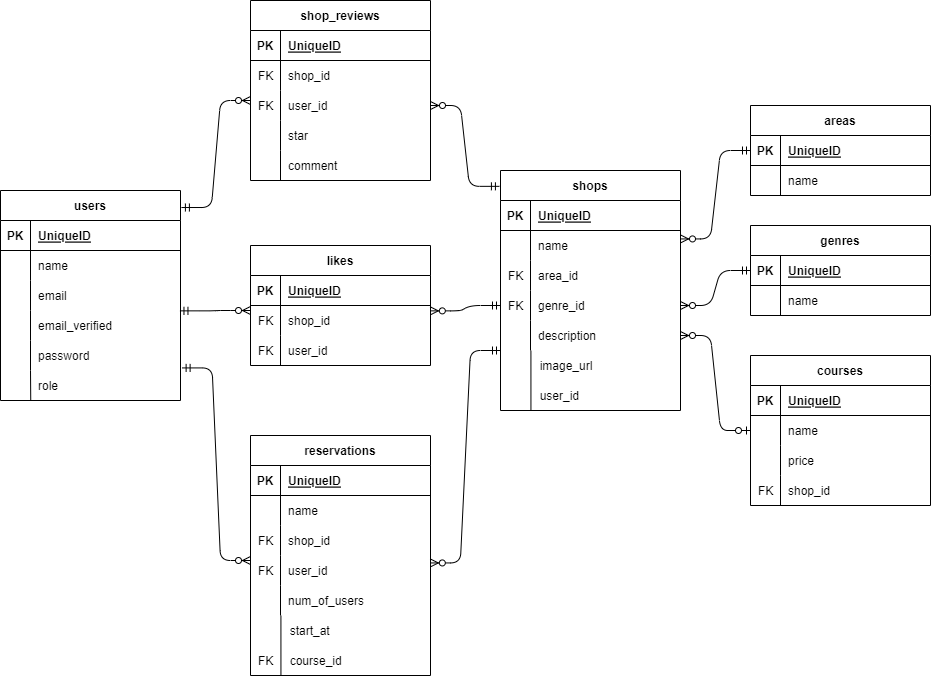
Earlier version of the draw.io export ER.dio.png (MISAKI0512/Restaurant_Reservation_Services). Source tidied: cells renumbered, new cells last; positions are measured from the earlier drawing's top-left corner, leaving out a move shared by most shapes.
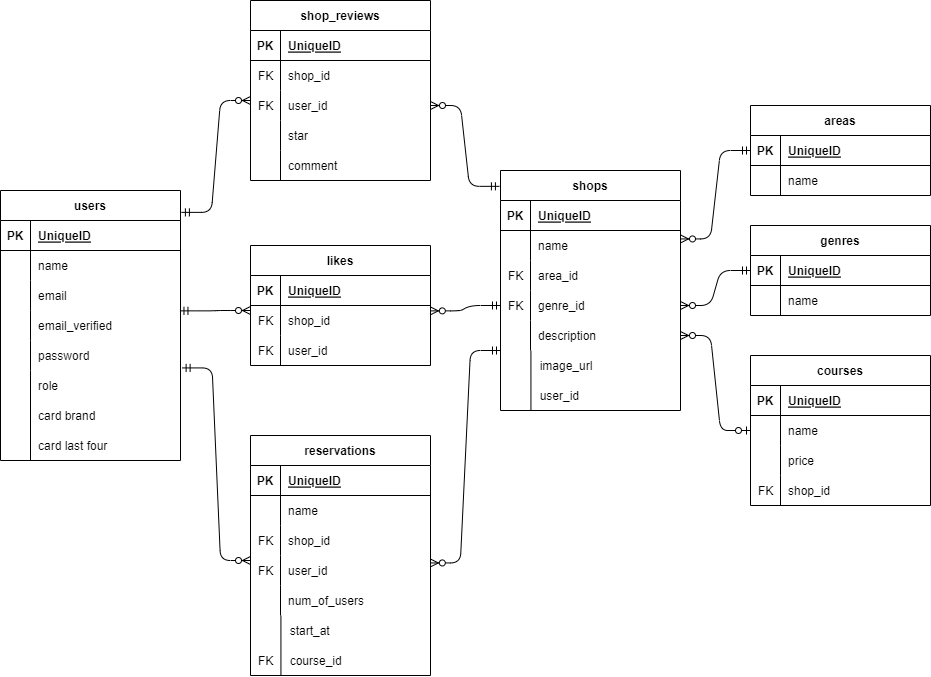
After the change.

What changed in the source:
```diff
@@ -3,7 +3,7 @@
     <mxCell id="0" />
     <mxCell id="1" parent="0" />
     <mxCell id="2" value="users" style="shape=table;startSize=30;rowLines=0;fontStyle=1;align=center;" parent="1" vertex="1">
-      <mxGeometry y="190" width="180" height="210" as="geometry" />
+      <mxGeometry y="190" width="180" height="270" as="geometry" />
     </mxCell>
     <mxCell id="3" style="shape=partialRectangle;fillColor=none;top=0;left=0;bottom=1;right=0;" parent="2" vertex="1">
       <mxGeometry y="30" width="180" height="30" as="geometry" />
@@ -110,8 +110,9 @@
     <mxCell id="37" value="role" style="shape=partialRectangle;fillColor=none;top=0;left=0;bottom=0;right=0;align=left;spacingLeft=6;overflow=hidden;" parent="35" vertex="1">
       <mxGeometry x="30" width="150" height="30" as="geometry" />
     </mxCell>
-    <mxCell id="38" style="endArrow=none;html=1;exitX=0.168;exitY=0.986;exitDx=0;exitDy=0;exitPerimeter=0;" parent="1" edge="1" source="35">
+    <mxCell id="38" style="endArrow=none;html=1;" parent="1" edge="1">
       <mxGeometry relative="1" as="geometry">
+        <mxPoint x="30" y="460" as="sourcePoint" />
         <mxPoint x="30" y="370" as="targetPoint" />
       </mxGeometry>
     </mxCell>
@@ -404,5 +405,23 @@
     <mxCell id="131" style="edgeStyle=entityRelationEdgeStyle;fontSize=12;html=1;endArrow=ERzeroToMany;endFill=1;startArrow=ERzeroToOne;startFill=0;entryX=1;entryY=0.5;entryDx=0;entryDy=0;exitX=0;exitY=0.5;exitDx=0;exitDy=0;" parent="1" edge="1" source="113" target="31">
       <mxGeometry relative="1" as="geometry" />
     </mxCell>
+    <mxCell id="132" style="shape=partialRectangle;fillColor=none;top=0;left=0;bottom=0;right=0;" parent="1" vertex="1">
+      <mxGeometry y="400" width="180" height="30" as="geometry" />
+    </mxCell>
+    <mxCell id="133" style="shape=partialRectangle;fillColor=none;top=0;left=0;bottom=0;right=0;overflow=hidden;" parent="132" vertex="1">
+      <mxGeometry width="30" height="30" as="geometry" />
+    </mxCell>
+    <mxCell id="134" value="card brand" style="shape=partialRectangle;fillColor=none;top=0;left=0;bottom=0;right=0;align=left;spacingLeft=6;overflow=hidden;" parent="132" vertex="1">
+      <mxGeometry x="30" width="150" height="30" as="geometry" />
+    </mxCell>
+    <mxCell id="135" style="shape=partialRectangle;fillColor=none;top=0;left=0;bottom=0;right=0;" parent="1" vertex="1">
+      <mxGeometry y="430" width="180" height="30" as="geometry" />
+    </mxCell>
+    <mxCell id="136" style="shape=partialRectangle;fillColor=none;top=0;left=0;bottom=0;right=0;overflow=hidden;" parent="135" vertex="1">
+      <mxGeometry width="30" height="30" as="geometry" />
+    </mxCell>
+    <mxCell id="137" value="card last four" style="shape=partialRectangle;fillColor=none;top=0;left=0;bottom=0;right=0;align=left;spacingLeft=6;overflow=hidden;" parent="135" vertex="1">
+      <mxGeometry x="30" width="150" height="30" as="geometry" />
+    </mxCell>
   </root>
 </mxGraphModel>
```
